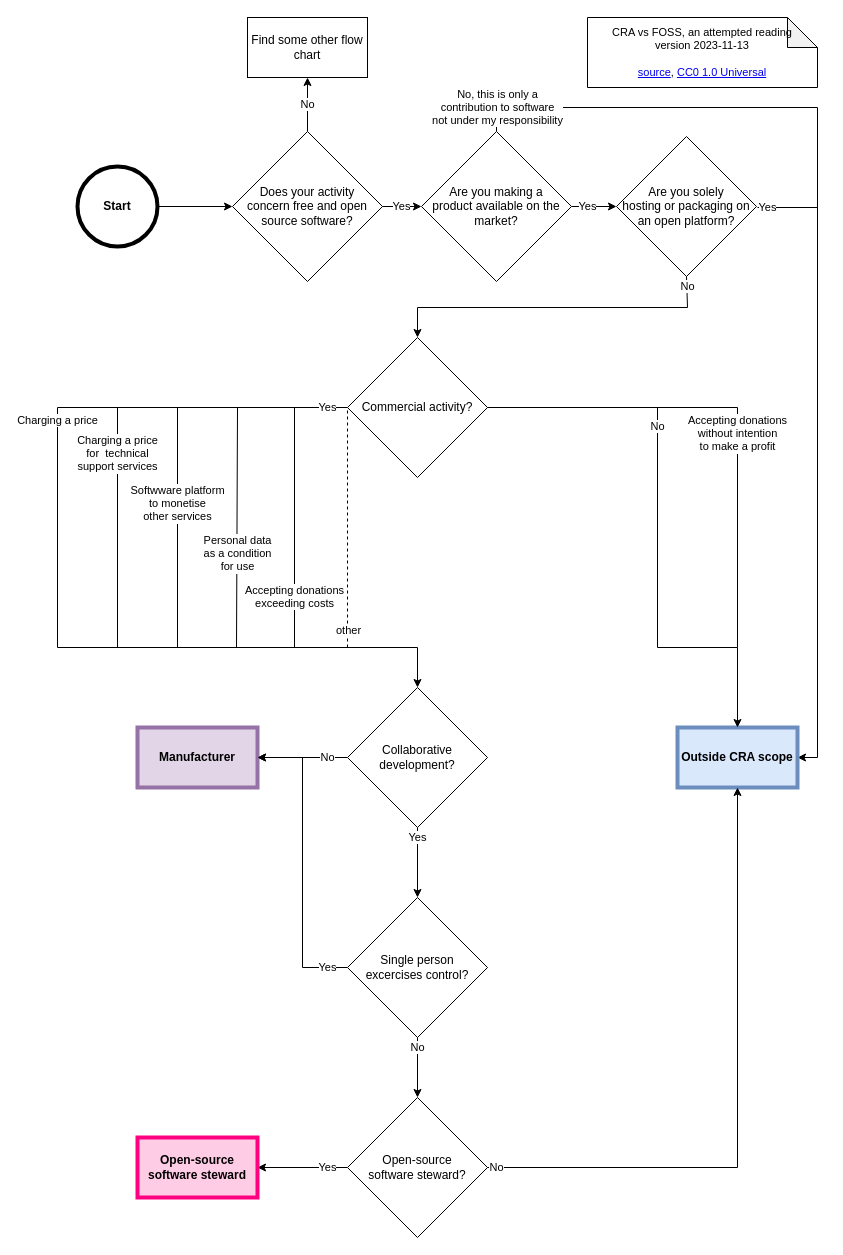
kappapiana/cra-foss-diagram keeps this draw.io diagram as FOSS flowchart.drawio. Above is the earlier version. Source tidied: cells renumbered, new cells numbered last; positions are measured from the earlier drawing's top-left corner, leaving out a move shared by most shapes. Both pictures are drawn from the tidied source at 100%, with x=0, y=0 at pixel (57, 17).
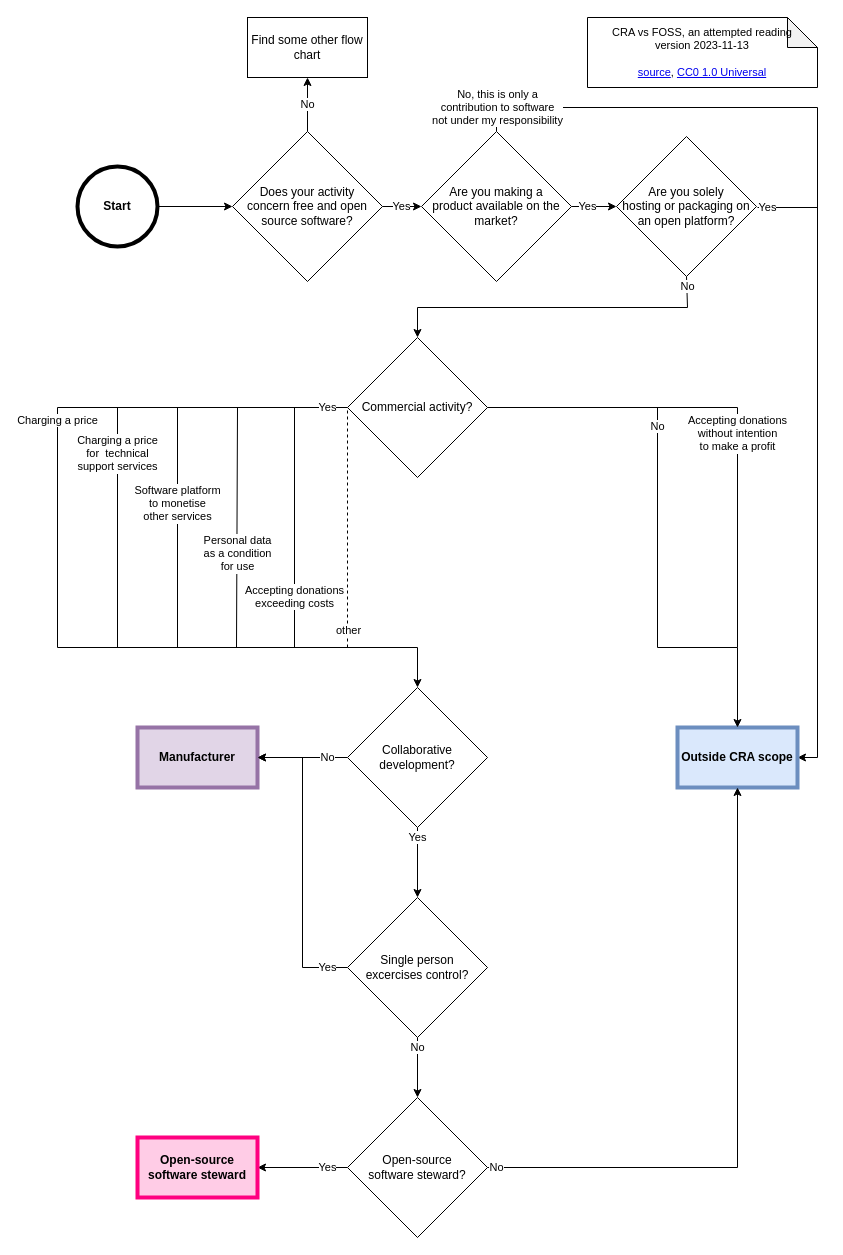
Above is the later version.

Diff of the diagram source:
```diff
@@
-    <mxCell id="19" value="Softwware platform&lt;br&gt; to monetise&lt;br&gt;other services" style="endArrow=none;html=1;rounded=0;verticalAlign=top;fontStyle=0;" parent="1" edge="1">
+    <mxCell id="19" value="Software platform&lt;br&gt; to monetise&lt;br&gt;other services" style="endArrow=none;html=1;rounded=0;verticalAlign=top;fontStyle=0;" parent="1" edge="1">
       <mxGeometry x="0.42" relative="1" as="geometry">
         <mxPoint x="120" y="630" as="sourcePoint" />
         <mxPoint x="120" y="390" as="targetPoint" />
       </mxGeometry>
     </mxCell>
```
